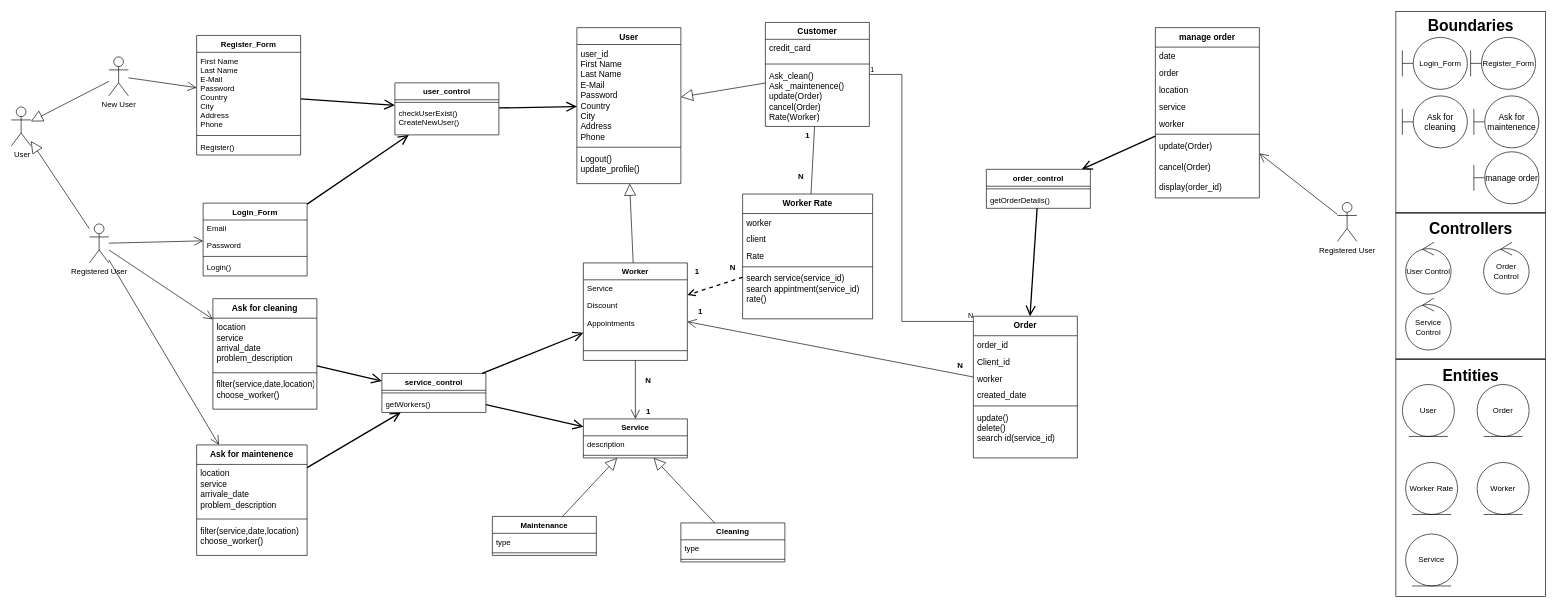
Above: page "Class Final" (5 of 8) of Untitled Diagram.drawio in adhamfayrouzamf/drawio (draw.io), before the change. Source tidied: cells renumbered, new cells numbered last; positions are measured from the earlier drawing's top-left corner, leaving out a move shared by most shapes. Both pictures are drawn from the tidied source at 65%, with x=0, y=0 at pixel (11, 11).
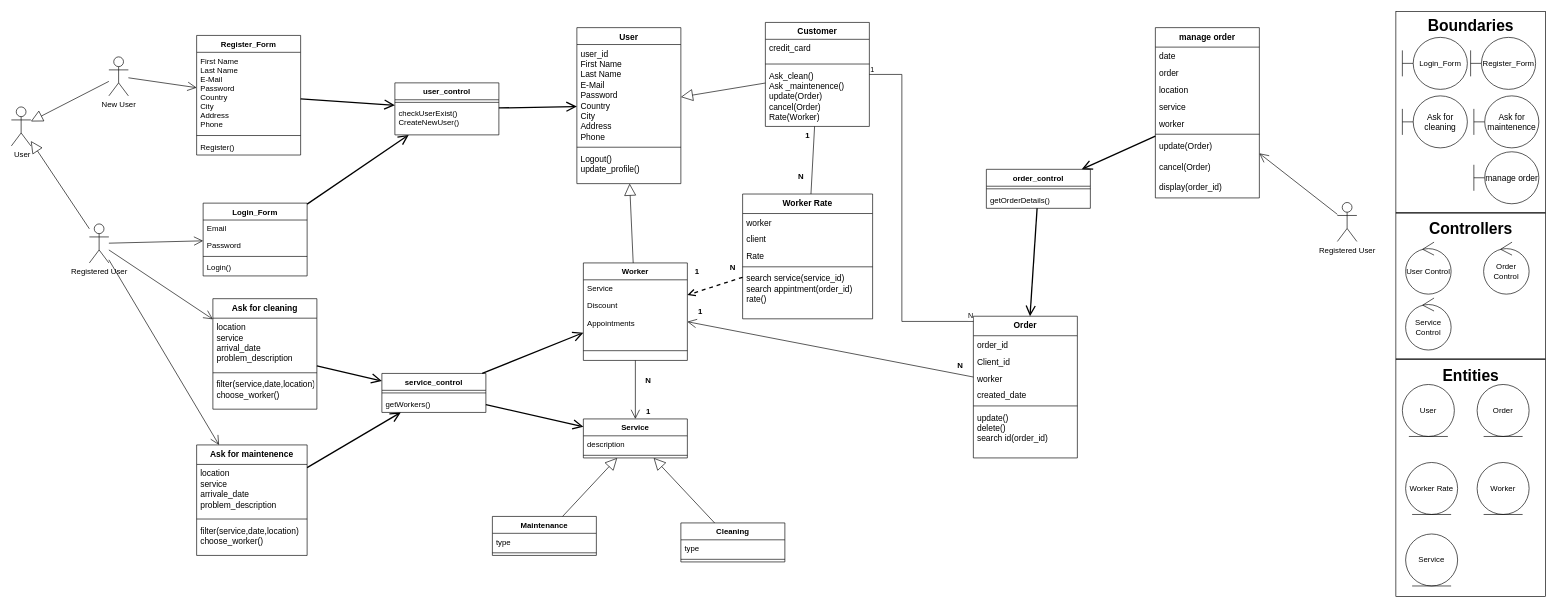
The same diagram, later.

Unchanged cells that the change refers to:
```xml
<mxCell id="22" value="Worker Rate" style="swimlane;fontStyle=1;align=center;verticalAlign=top;horizontal=1;startSize=30;fontSize=13;" parent="1" vertex="1">
  <mxGeometry x="1125" y="281" width="200" height="192" as="geometry" />
</mxCell>
<mxCell id="37" value="Order" style="swimlane;fontStyle=1;align=center;verticalAlign=top;horizontal=1;startSize=30;fontSize=13;" parent="1" vertex="1">
  <mxGeometry x="1480" y="469" width="160" height="218" as="geometry" />
</mxCell>
```

The edit, as a diff of the source:
```diff
@@
-    <mxCell id="27" value="search service(service_id)&#10;search appintment(service_id)&#10;rate()" style="text;strokeColor=none;fillColor=none;align=left;verticalAlign=top;spacingLeft=4;spacingRight=4;overflow=hidden;fontSize=13;" parent="22" vertex="1">
+    <mxCell id="27" value="search service(service_id)&#10;search appintment(order_id)&#10;rate()" style="text;strokeColor=none;fillColor=none;align=left;verticalAlign=top;spacingLeft=4;spacingRight=4;overflow=hidden;fontSize=13;" parent="22" vertex="1">
       <mxGeometry y="116" width="200" height="76" as="geometry" />
     </mxCell>
@@
-    <mxCell id="43" value="update()&#10;delete()&#10;search id(service_id)&#10;" style="text;strokeColor=none;fillColor=none;align=left;verticalAlign=top;spacingLeft=4;spacingRight=4;overflow=hidden;fontSize=13;" parent="37" vertex="1">
+    <mxCell id="43" value="update()&#10;delete()&#10;search id(order_id)&#10;" style="text;strokeColor=none;fillColor=none;align=left;verticalAlign=top;spacingLeft=4;spacingRight=4;overflow=hidden;fontSize=13;" parent="37" vertex="1">
       <mxGeometry y="142" width="160" height="76" as="geometry" />
     </mxCell>
```
